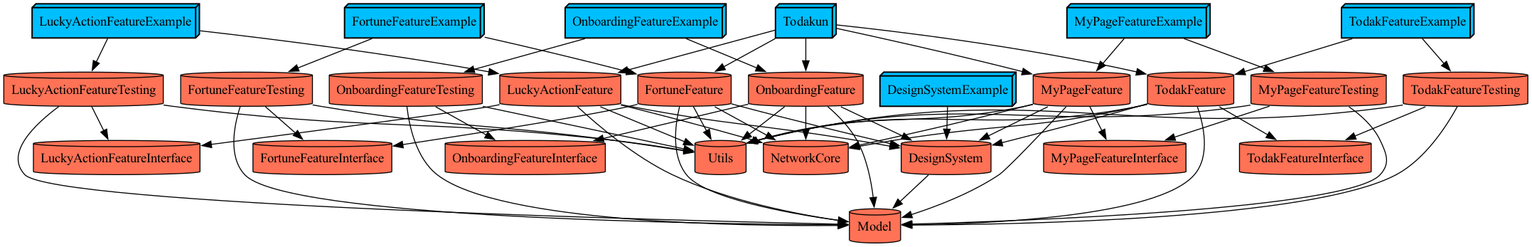
YAPP-Github/28th-App-Team-2-iOS keeps this Graphviz diagram as docs/graph.png. Above is the earlier version. Its source is kept beside it as docs/graph.dot.
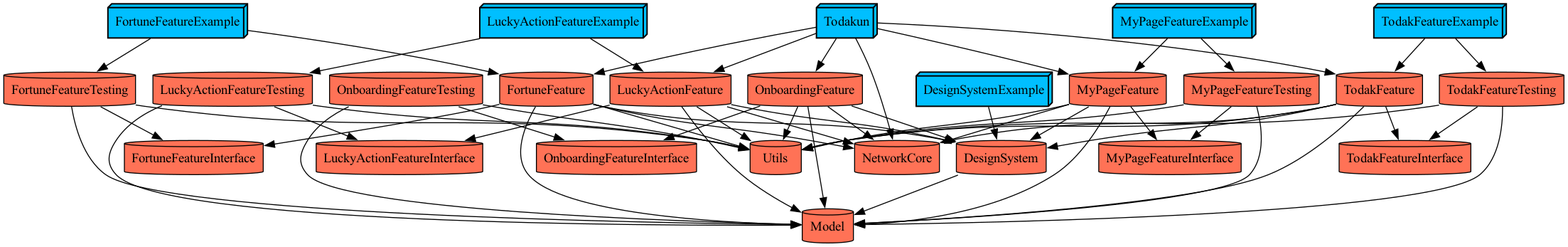
The same file after the commit.

Diff of the diagram source:
```diff
@@ -53,9 +53,6 @@
   OnboardingFeature -> OnboardingFeatureInterface
   OnboardingFeature -> Utils
   OnboardingFeature [fillcolor=coral1 shape=cylinder style=filled]
-  OnboardingFeatureExample -> OnboardingFeature
-  OnboardingFeatureExample -> OnboardingFeatureTesting
-  OnboardingFeatureExample [fillcolor=deepskyblue penwidth="1.5" shape=box3d style=filled]
   OnboardingFeatureInterface [fillcolor=coral1 shape=cylinder style=filled]
   OnboardingFeatureTesting -> Model
   OnboardingFeatureTesting -> OnboardingFeatureInterface
@@ -78,6 +75,7 @@
   Todakun -> FortuneFeature
   Todakun -> LuckyActionFeature
   Todakun -> MyPageFeature
+  Todakun -> NetworkCore
   Todakun -> OnboardingFeature
   Todakun -> TodakFeature
   Todakun [fillcolor=deepskyblue penwidth="1.5" shape=box3d style=filled]
```
